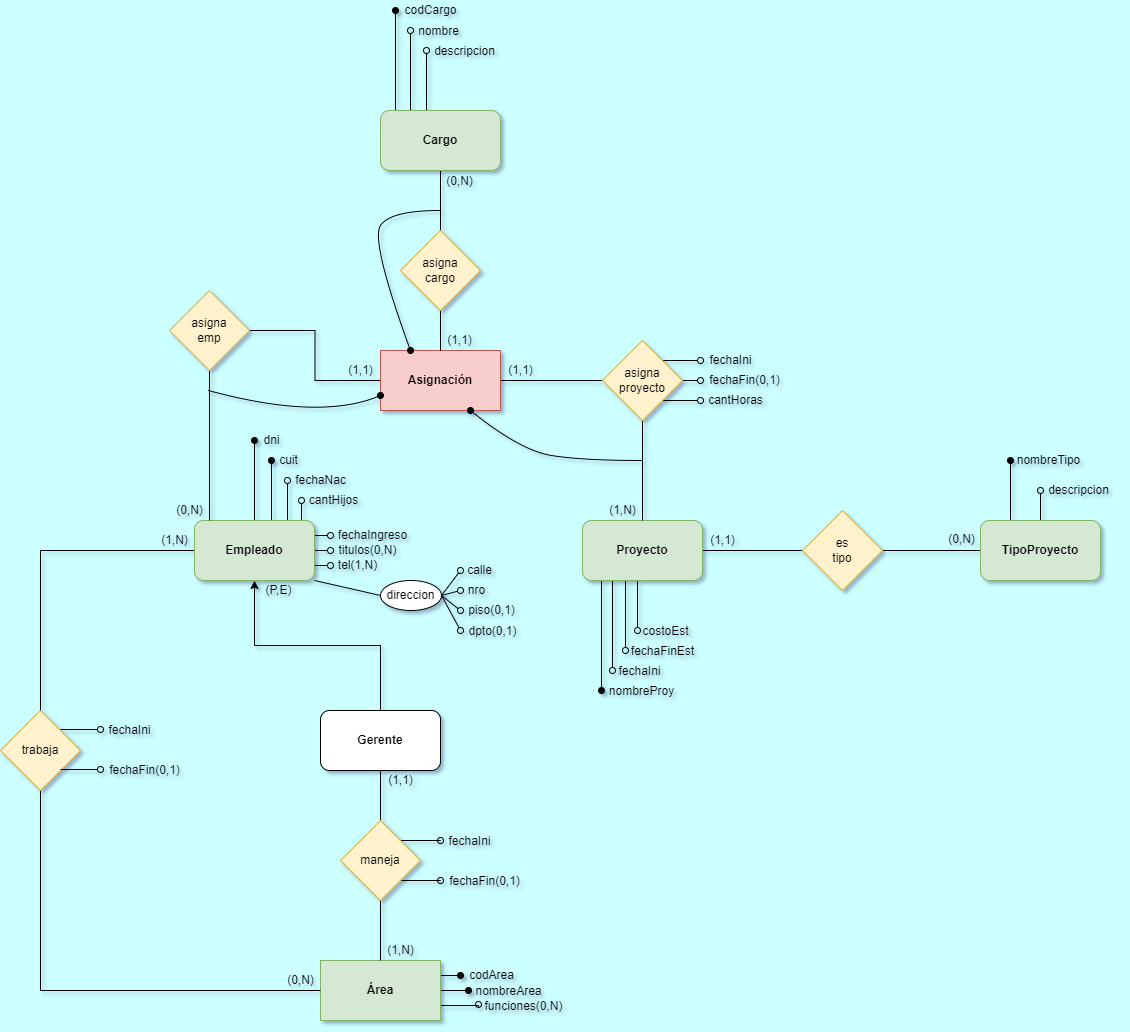
Above: BD/01-modelos/10-emp-sw/ej10-conceptual.png in sergiocld99/unlp-tramo-final (draw.io), before the change. Source tidied: cells renumbered, new cells last; positions are measured from the earlier drawing's top-left corner, leaving out a move shared by most shapes.
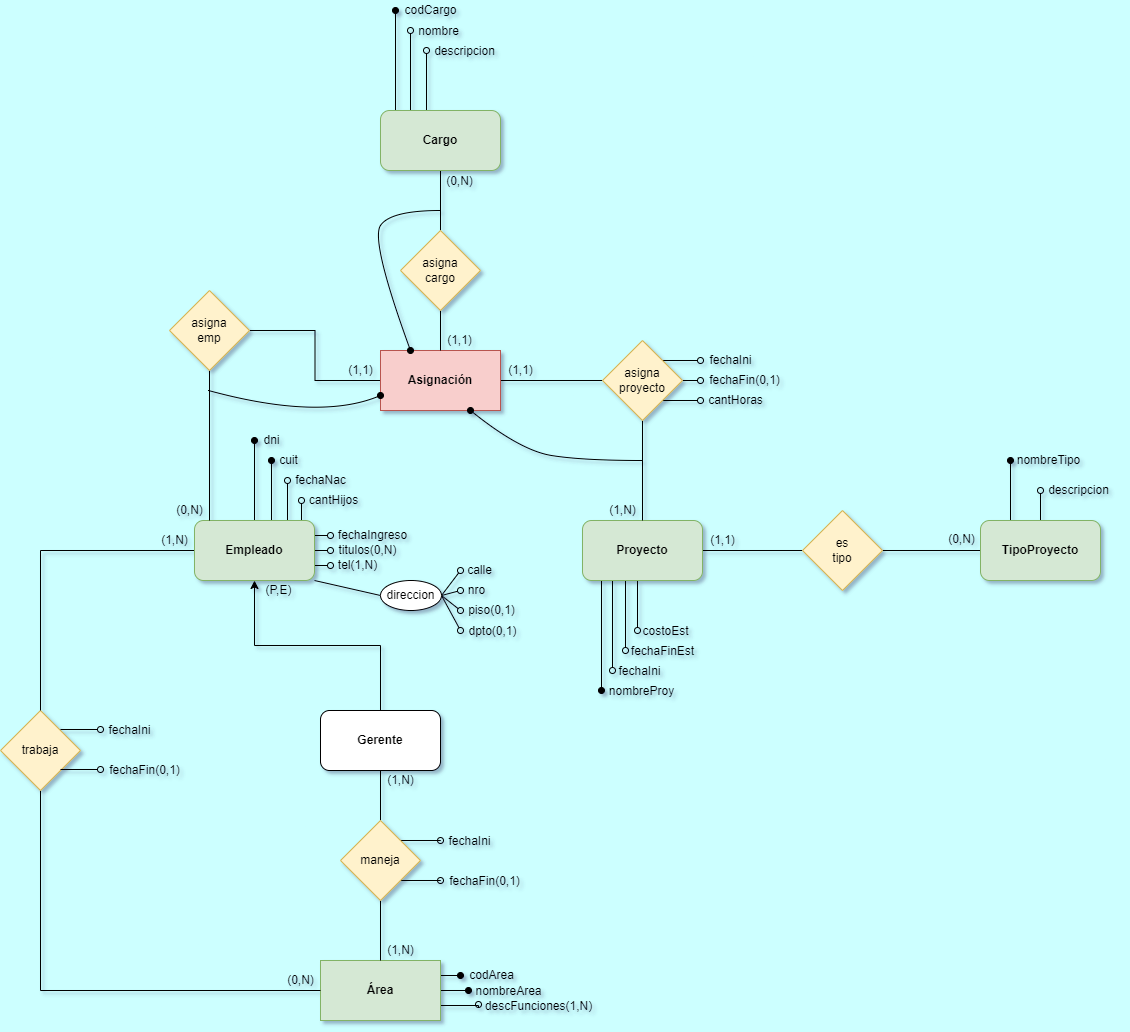
The same file after the commit.

Change to the diagram source:
```diff
@@ -97,7 +97,7 @@
     <mxCell id="25" value="(1,N)" style="text;html=1;align=center;verticalAlign=middle;strokeColor=none;fillColor=none;" parent="1" vertex="1">
       <mxGeometry x="380" y="940" width="40" height="20" as="geometry" />
     </mxCell>
-    <mxCell id="26" value="(1,1)" style="text;html=1;align=center;verticalAlign=middle;strokeColor=none;fillColor=none;" parent="1" vertex="1">
+    <mxCell id="26" value="(1,N)" style="text;html=1;align=center;verticalAlign=middle;strokeColor=none;fillColor=none;" parent="1" vertex="1">
       <mxGeometry x="380" y="770" width="40" height="20" as="geometry" />
     </mxCell>
     <mxCell id="27" value="(1,N)" style="text;html=1;align=center;verticalAlign=middle;strokeColor=none;fillColor=none;" parent="1" vertex="1">
@@ -311,8 +311,8 @@
     <mxCell id="84" value="nombreArea" style="text;html=1;align=center;verticalAlign=middle;points=[];strokeColor=none;fillColor=none;" parent="1" vertex="1">
       <mxGeometry x="468" y="981" width="80" height="20" as="geometry" />
     </mxCell>
-    <mxCell id="85" value="funciones(0,N)" style="text;html=1;align=center;verticalAlign=middle;strokeColor=none;fillColor=none;" parent="1" vertex="1">
-      <mxGeometry x="478" y="996" width="90" height="20" as="geometry" />
+    <mxCell id="85" value="descFunciones(1,N)" style="text;html=1;align=center;verticalAlign=middle;strokeColor=none;fillColor=none;" parent="1" vertex="1">
+      <mxGeometry x="478" y="996" width="120" height="20" as="geometry" />
     </mxCell>
     <mxCell id="86" style="curved=1;endArrow=oval;html=1;rounded=0;entryX=0.75;entryY=1;entryDx=0;entryDy=0;endFill=1;" parent="1" edge="1" target="59">
       <mxGeometry relative="1" as="geometry">
```
